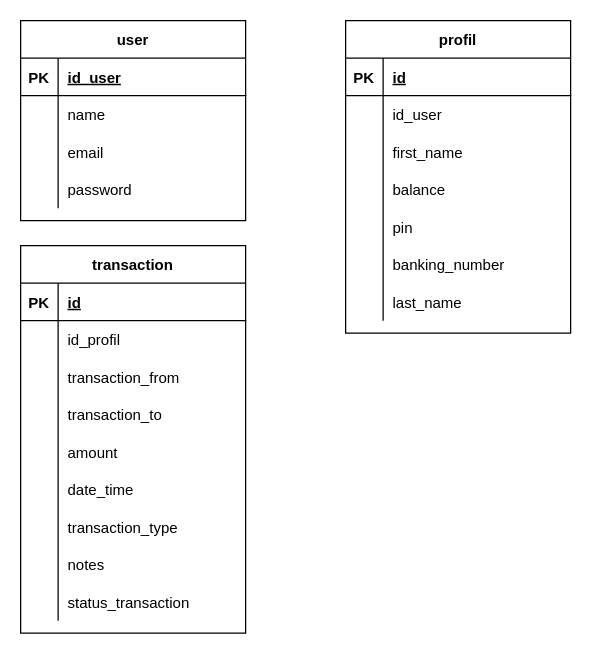
HimawanArifSM/fw9-backend keeps this draw.io diagram as erd.drawio. Above is the earlier version. Source tidied: cells renumbered, new cells numbered last; positions are measured from the earlier drawing's top-left corner, leaving out a move shared by most shapes. Both pictures are drawn from the tidied source at 125%, with x=0, y=0 at pixel (20, 20).
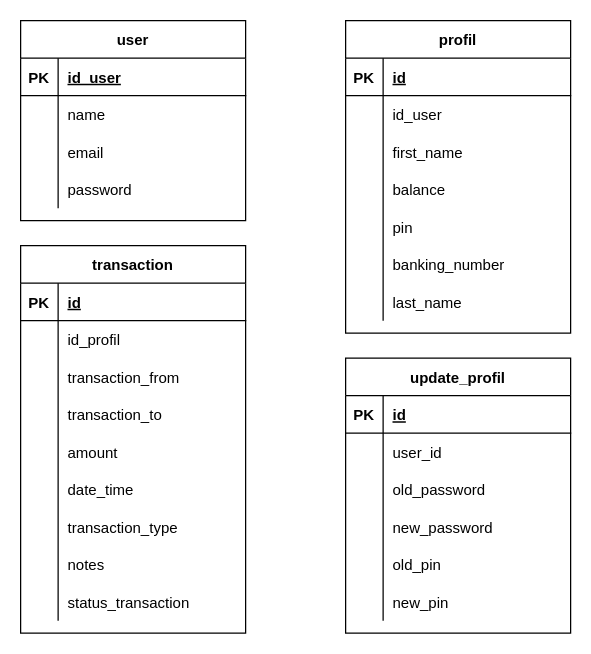
The same page after the edit.

Diff of the diagram source:
```diff
@@
+    <mxCell id="65" value="update_profil" style="shape=table;startSize=30;childLayout=tableLayout;rowLines=0;fontStyle=1;align=center;" parent="1" vertex="1">
+      <mxGeometry x="260" y="270" width="180" height="220" as="geometry" />
+    </mxCell>
+    <mxCell id="66" style="shape=partialRectangle;fillColor=none;top=0;left=0;bottom=1;right=0;" parent="65" vertex="1">
+      <mxGeometry y="30" width="180" height="30" as="geometry" />
+    </mxCell>
+    <mxCell id="67" value="PK" style="shape=partialRectangle;fillColor=none;top=0;left=0;bottom=0;right=0;fontStyle=1;overflow=hidden;" parent="66" vertex="1">
+      <mxGeometry width="30" height="30" as="geometry" />
+    </mxCell>
+    <mxCell id="68" value="id" style="shape=partialRectangle;fillColor=none;top=0;left=0;bottom=0;right=0;align=left;spacingLeft=6;fontStyle=5;overflow=hidden;" parent="66" vertex="1">
+      <mxGeometry x="30" width="150" height="30" as="geometry" />
+    </mxCell>
+    <mxCell id="69" style="shape=partialRectangle;fillColor=none;top=0;left=0;bottom=0;right=0;" parent="65" vertex="1">
+      <mxGeometry y="60" width="180" height="30" as="geometry" />
+    </mxCell>
+    <mxCell id="70" style="shape=partialRectangle;fillColor=none;top=0;left=0;bottom=0;right=0;overflow=hidden;" parent="69" vertex="1">
+      <mxGeometry width="30" height="30" as="geometry" />
+    </mxCell>
+    <mxCell id="71" value="user_id" style="shape=partialRectangle;fillColor=none;top=0;left=0;bottom=0;right=0;align=left;spacingLeft=6;overflow=hidden;" parent="69" vertex="1">
+      <mxGeometry x="30" width="150" height="30" as="geometry" />
+    </mxCell>
+    <mxCell id="72" style="shape=partialRectangle;fillColor=none;top=0;left=0;bottom=0;right=0;" parent="65" vertex="1">
+      <mxGeometry y="90" width="180" height="30" as="geometry" />
+    </mxCell>
+    <mxCell id="73" style="shape=partialRectangle;fillColor=none;top=0;left=0;bottom=0;right=0;overflow=hidden;" parent="72" vertex="1">
+      <mxGeometry width="30" height="30" as="geometry" />
+    </mxCell>
+    <mxCell id="74" value="old_password" style="shape=partialRectangle;fillColor=none;top=0;left=0;bottom=0;right=0;align=left;spacingLeft=6;overflow=hidden;" parent="72" vertex="1">
+      <mxGeometry x="30" width="150" height="30" as="geometry" />
+    </mxCell>
+    <mxCell id="75" style="shape=partialRectangle;fillColor=none;top=0;left=0;bottom=0;right=0;" parent="65" vertex="1">
+      <mxGeometry y="120" width="180" height="30" as="geometry" />
+    </mxCell>
+    <mxCell id="76" style="shape=partialRectangle;fillColor=none;top=0;left=0;bottom=0;right=0;overflow=hidden;" parent="75" vertex="1">
+      <mxGeometry width="30" height="30" as="geometry" />
+    </mxCell>
+    <mxCell id="77" value="new_password" style="shape=partialRectangle;fillColor=none;top=0;left=0;bottom=0;right=0;align=left;spacingLeft=6;overflow=hidden;" parent="75" vertex="1">
+      <mxGeometry x="30" width="150" height="30" as="geometry" />
+    </mxCell>
+    <mxCell id="78" style="shape=partialRectangle;fillColor=none;top=0;left=0;bottom=0;right=0;" parent="65" vertex="1">
+      <mxGeometry y="150" width="180" height="30" as="geometry" />
+    </mxCell>
+    <mxCell id="79" style="shape=partialRectangle;fillColor=none;top=0;left=0;bottom=0;right=0;overflow=hidden;" parent="78" vertex="1">
+      <mxGeometry width="30" height="30" as="geometry" />
+    </mxCell>
+    <mxCell id="80" value="old_pin" style="shape=partialRectangle;fillColor=none;top=0;left=0;bottom=0;right=0;align=left;spacingLeft=6;overflow=hidden;" parent="78" vertex="1">
+      <mxGeometry x="30" width="150" height="30" as="geometry" />
+    </mxCell>
+    <mxCell id="81" style="shape=partialRectangle;fillColor=none;top=0;left=0;bottom=0;right=0;" parent="65" vertex="1">
+      <mxGeometry y="180" width="180" height="30" as="geometry" />
+    </mxCell>
+    <mxCell id="82" style="shape=partialRectangle;fillColor=none;top=0;left=0;bottom=0;right=0;overflow=hidden;" parent="81" vertex="1">
+      <mxGeometry width="30" height="30" as="geometry" />
+    </mxCell>
+    <mxCell id="83" value="new_pin" style="shape=partialRectangle;fillColor=none;top=0;left=0;bottom=0;right=0;align=left;spacingLeft=6;overflow=hidden;" parent="81" vertex="1">
+      <mxGeometry x="30" width="150" height="30" as="geometry" />
+    </mxCell>
```
